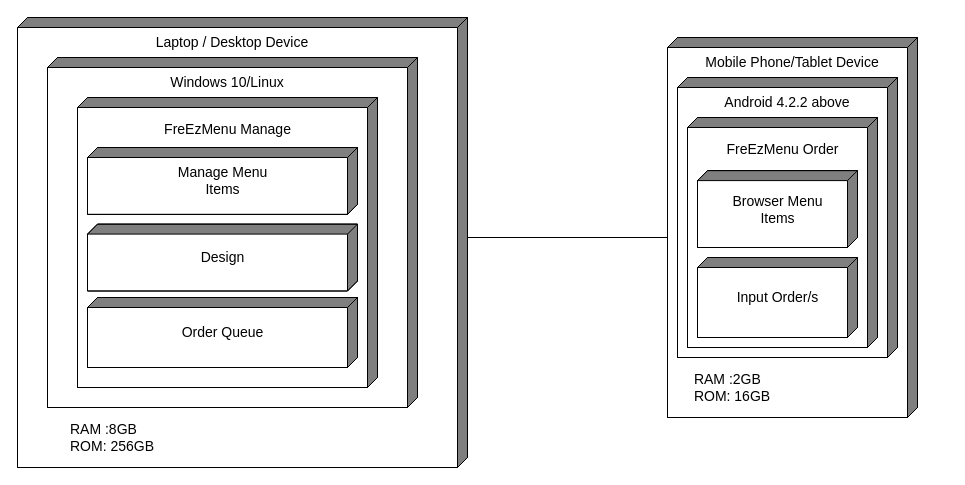
This is DOCS/Diagrams/Deployment Diagram.drawio from alexxGmZ/MenuMaApp, a draw.io file, before an edit. Source tidied: cells renumbered, new cells numbered last; positions are measured from the earlier drawing's top-left corner, leaving out a move shared by most shapes. Both pictures are drawn from the tidied source at 100%, with x=0, y=0 at pixel (17, 17).
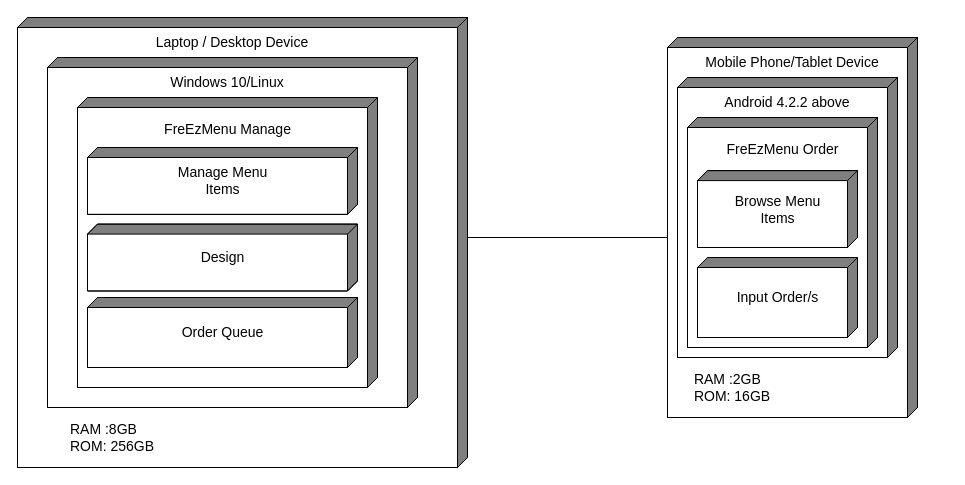
Above is the later version.

Commit message:
diagram(deployment): fix typo

The edit, as a diff of the source:
```diff
@@
-    <mxCell id="17" value="Browser Menu&lt;br&gt;Items" style="html=1;dashed=0;whitespace=wrap;shape=mxgraph.dfd.externalEntity;fontSize=14;flipH=1;align=center;" parent="1" vertex="1">
+    <mxCell id="17" value="Browse Menu&lt;br&gt;Items" style="html=1;dashed=0;whitespace=wrap;shape=mxgraph.dfd.externalEntity;fontSize=14;flipH=1;align=center;" parent="1" vertex="1">
       <mxGeometry x="680" y="153.1" width="160" height="76.9" as="geometry" />
     </mxCell>
```
